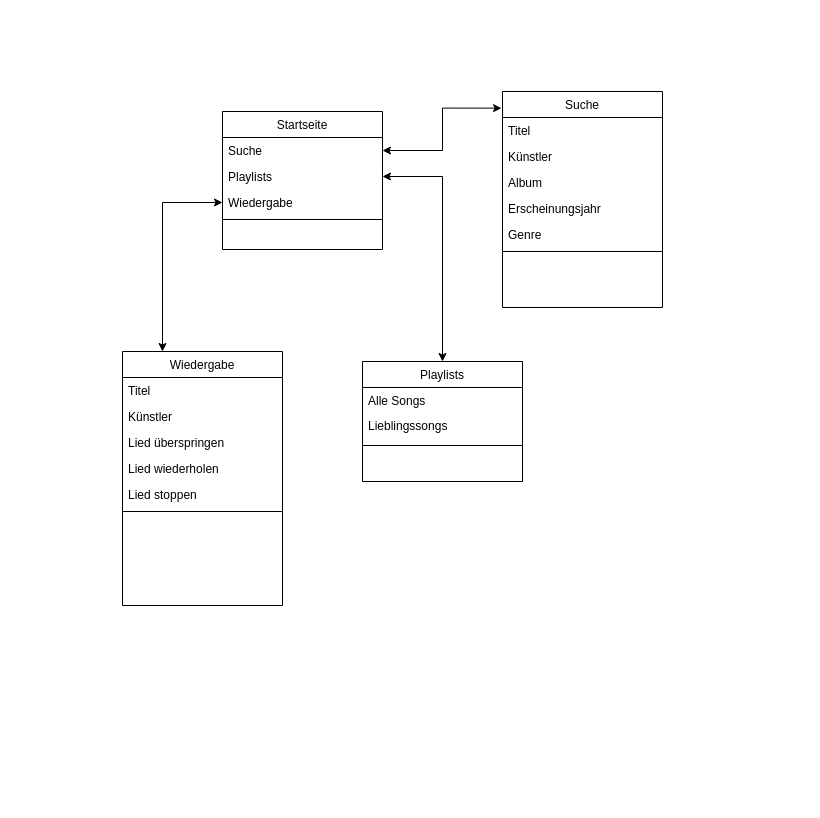
This is UML-Klassendiagramm.drawio from DanielKircher/swt-project-music-library, a draw.io file, before an edit. Source tidied: cells renumbered, new cells numbered last; positions are measured from the earlier drawing's top-left corner, leaving out a move shared by most shapes. Both pictures are drawn from the tidied source at 100%, with x=0, y=0 at pixel (122, 91).
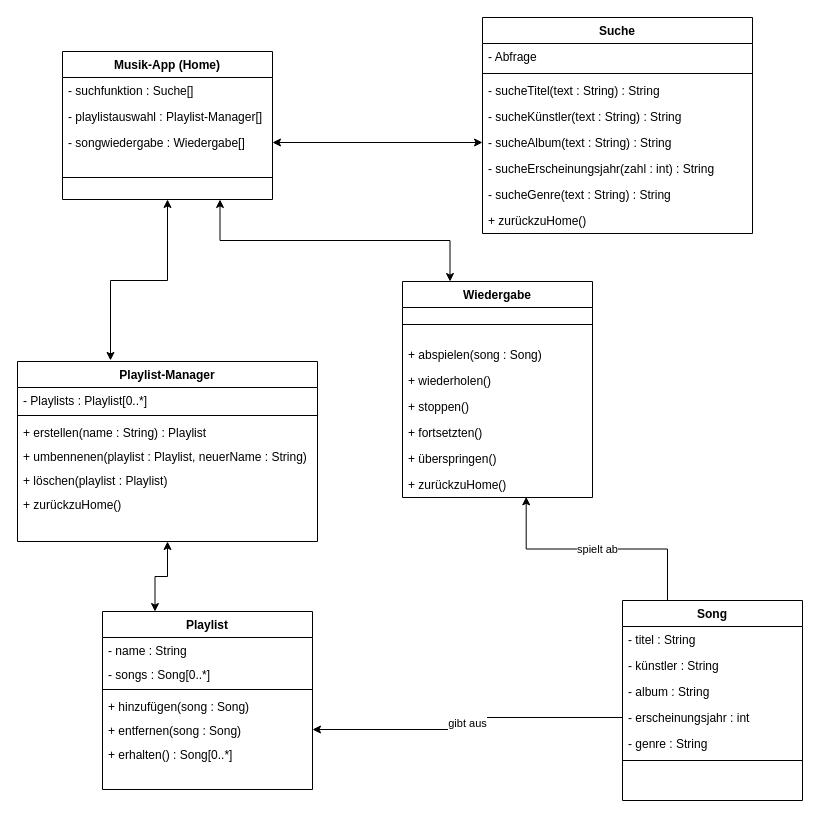
After the change.

Commit message:
UML-Klassendiagramm nur mit Maxis User-Storys

What changed in the source:
```diff
@@
-    <mxCell id="2" value="Startseite" style="swimlane;fontStyle=0;align=center;verticalAlign=top;horizontal=1;startSize=26;rounded=0;shadow=0;strokeWidth=1;" parent="1" vertex="1">
-      <mxGeometry x="100" y="20" width="160" height="138" as="geometry" />
+    <mxCell id="2" value="Musik-App (Home)" style="swimlane;fontStyle=1;align=center;verticalAlign=top;horizontal=1;startSize=26;rounded=0;shadow=0;strokeWidth=1;" parent="1" vertex="1">
+      <mxGeometry x="-60" y="-40" width="210" height="148" as="geometry" />
     </mxCell>
-    <mxCell id="3" value="Suche" style="text;align=left;verticalAlign=top;spacingLeft=4;spacingRight=4;overflow=hidden;points=[[0,0.5],[1,0.5]];portConstraint=eastwest;" parent="2" vertex="1">
-      <mxGeometry y="26" width="160" height="26" as="geometry" />
+    <mxCell id="3" value="- suchfunktion : Suche[]" style="text;align=left;verticalAlign=top;spacingLeft=4;spacingRight=4;overflow=hidden;points=[[0,0.5],[1,0.5]];portConstraint=eastwest;" parent="2" vertex="1">
+      <mxGeometry y="26" width="210" height="26" as="geometry" />
     </mxCell>
-    <mxCell id="4" value="Playlists" style="text;align=left;verticalAlign=top;spacingLeft=4;spacingRight=4;overflow=hidden;points=[[0,0.5],[1,0.5]];portConstraint=eastwest;rounded=0;shadow=0;html=0;" parent="2" vertex="1">
-      <mxGeometry y="52" width="160" height="26" as="geometry" />
+    <mxCell id="4" value="- playlistauswahl : Playlist-Manager[]" style="text;align=left;verticalAlign=top;spacingLeft=4;spacingRight=4;overflow=hidden;points=[[0,0.5],[1,0.5]];portConstraint=eastwest;rounded=0;shadow=0;html=0;" parent="2" vertex="1">
+      <mxGeometry y="52" width="210" height="26" as="geometry" />
     </mxCell>
-    <mxCell id="5" value="Wiedergabe" style="text;align=left;verticalAlign=top;spacingLeft=4;spacingRight=4;overflow=hidden;points=[[0,0.5],[1,0.5]];portConstraint=eastwest;rounded=0;shadow=0;html=0;" parent="2" vertex="1">
-      <mxGeometry y="78" width="160" height="26" as="geometry" />
-    </mxCell>
+    <mxCell id="28" value="- songwiedergabe : Wiedergabe[]" style="text;align=left;verticalAlign=top;spacingLeft=4;spacingRight=4;overflow=hidden;points=[[0,0.5],[1,0.5]];portConstraint=eastwest;rounded=0;shadow=0;html=0;" parent="2" vertex="1">
+      <mxGeometry y="78" width="210" height="26" as="geometry" />
+    </mxCell>
     <mxCell id="6" style="line;html=1;strokeWidth=1;align=left;verticalAlign=middle;spacingTop=-1;spacingLeft=3;spacingRight=3;labelPosition=right;" parent="2" vertex="1">
-      <mxGeometry y="104" width="160" height="8" as="geometry" />
+      <mxGeometry y="104" width="210" height="44" as="geometry" />
     </mxCell>
-    <mxCell id="7" value="Wiedergabe" style="swimlane;fontStyle=0;align=center;verticalAlign=top;horizontal=1;startSize=26;rounded=0;shadow=0;strokeWidth=1;" parent="1" vertex="1">
-      <mxGeometry y="260" width="160" height="254" as="geometry" />
+    <mxCell id="7" value="Wiedergabe" style="swimlane;fontStyle=1;align=center;verticalAlign=top;horizontal=1;startSize=26;rounded=0;shadow=0;strokeWidth=1;" parent="1" vertex="1">
+      <mxGeometry x="280" y="190" width="190" height="216" as="geometry" />
     </mxCell>
-    <mxCell id="8" value="Titel" style="text;align=left;verticalAlign=top;spacingLeft=4;spacingRight=4;overflow=hidden;" parent="7" vertex="1">
-      <mxGeometry y="26" width="160" height="26" as="geometry" />
-    </mxCell>
-    <mxCell id="9" value="Künstler" style="text;align=left;verticalAlign=top;spacingLeft=4;spacingRight=4;overflow=hidden;rounded=0;shadow=0;html=0;" parent="7" vertex="1">
-      <mxGeometry y="52" width="160" height="26" as="geometry" />
-    </mxCell>
+    <mxCell id="13" style="line;html=1;strokeWidth=1;align=left;verticalAlign=middle;spacingTop=-1;spacingLeft=3;spacingRight=3;labelPosition=right;" parent="7" vertex="1">
+      <mxGeometry y="26" width="190" height="34" as="geometry" />
+    </mxCell>
+    <mxCell id="29" value="+ abspielen(song : Song)" style="text;align=left;verticalAlign=top;spacingLeft=4;spacingRight=4;overflow=hidden;rounded=0;shadow=0;html=0;" parent="7" vertex="1">
+      <mxGeometry y="60" width="190" height="26" as="geometry" />
+    </mxCell>
-    <mxCell id="10" value="Lied überspringen" style="text;align=left;verticalAlign=top;spacingLeft=4;spacingRight=4;overflow=hidden;rounded=0;shadow=0;html=0;" parent="7" vertex="1">
-      <mxGeometry y="78" width="160" height="26" as="geometry" />
+    <mxCell id="10" value="+ wiederholen()" style="text;align=left;verticalAlign=top;spacingLeft=4;spacingRight=4;overflow=hidden;rounded=0;shadow=0;html=0;" parent="7" vertex="1">
+      <mxGeometry y="86" width="190" height="26" as="geometry" />
     </mxCell>
+    <mxCell id="12" value="+ stoppen()" style="text;align=left;verticalAlign=top;spacingLeft=4;spacingRight=4;overflow=hidden;rounded=0;shadow=0;html=0;" parent="7" vertex="1">
+      <mxGeometry y="112" width="190" height="26" as="geometry" />
+    </mxCell>
-    <mxCell id="11" value="Lied wiederholen" style="text;align=left;verticalAlign=top;spacingLeft=4;spacingRight=4;overflow=hidden;rounded=0;shadow=0;html=0;" parent="7" vertex="1">
-      <mxGeometry y="104" width="160" height="26" as="geometry" />
+    <mxCell id="11" value="+ fortsetzten()" style="text;align=left;verticalAlign=top;spacingLeft=4;spacingRight=4;overflow=hidden;rounded=0;shadow=0;html=0;" parent="7" vertex="1">
+      <mxGeometry y="138" width="190" height="26" as="geometry" />
     </mxCell>
-    <mxCell id="12" value="Lied stoppen" style="text;align=left;verticalAlign=top;spacingLeft=4;spacingRight=4;overflow=hidden;rounded=0;shadow=0;html=0;" parent="7" vertex="1">
-      <mxGeometry y="130" width="160" height="26" as="geometry" />
-    </mxCell>
-    <mxCell id="13" style="line;html=1;strokeWidth=1;align=left;verticalAlign=middle;spacingTop=-1;spacingLeft=3;spacingRight=3;labelPosition=right;" parent="7" vertex="1">
-      <mxGeometry y="156" width="160" height="8" as="geometry" />
-    </mxCell>
+    <mxCell id="30" value="+ überspringen()" style="text;align=left;verticalAlign=top;spacingLeft=4;spacingRight=4;overflow=hidden;rounded=0;shadow=0;html=0;" parent="7" vertex="1">
+      <mxGeometry y="164" width="190" height="26" as="geometry" />
+    </mxCell>
+    <mxCell id="31" value="+ zurückzuHome()" style="text;strokeColor=none;fillColor=none;align=left;verticalAlign=top;spacingLeft=4;spacingRight=4;overflow=hidden;points=[[0,0.5],[1,0.5]];portConstraint=eastwest;whiteSpace=wrap;html=1;" parent="7" vertex="1">
+      <mxGeometry y="190" width="190" height="26" as="geometry" />
+    </mxCell>
-    <mxCell id="14" value="Playlists" style="swimlane;fontStyle=0;align=center;verticalAlign=top;horizontal=1;startSize=26;rounded=0;shadow=0;strokeWidth=1;" parent="1" vertex="1">
-      <mxGeometry x="240" y="270" width="160" height="120" as="geometry" />
+    <mxCell id="14" value="Playlist-Manager" style="swimlane;fontStyle=1;align=center;verticalAlign=top;horizontal=1;startSize=26;rounded=0;shadow=0;strokeWidth=1;" parent="1" vertex="1">
+      <mxGeometry x="-105" y="270" width="300" height="180" as="geometry" />
     </mxCell>
-    <mxCell id="15" value="Alle Songs&#10;" style="text;align=left;verticalAlign=top;spacingLeft=4;spacingRight=4;overflow=hidden;" parent="14" vertex="1">
-      <mxGeometry y="26" width="160" height="24" as="geometry" />
+    <mxCell id="15" value="- Playlists : Playlist[0..*]" style="text;align=left;verticalAlign=top;spacingLeft=4;spacingRight=4;overflow=hidden;" parent="14" vertex="1">
+      <mxGeometry y="26" width="300" height="24" as="geometry" />
     </mxCell>
-    <mxCell id="16" value="Lieblingssongs" style="text;html=1;align=left;verticalAlign=middle;whiteSpace=wrap;rounded=0;spacingLeft=4;spacingRight=4;" parent="14" vertex="1">
-      <mxGeometry y="50" width="160" height="30" as="geometry" />
-    </mxCell>
     <mxCell id="17" style="line;html=1;strokeWidth=1;align=left;verticalAlign=middle;spacingTop=-1;spacingLeft=3;spacingRight=3;labelPosition=right;" parent="14" vertex="1">
-      <mxGeometry y="80" width="160" height="8" as="geometry" />
+      <mxGeometry y="50" width="300" height="8" as="geometry" />
     </mxCell>
+    <mxCell id="32" value="+ erstellen(name : String) : Playlist" style="text;align=left;verticalAlign=top;spacingLeft=4;spacingRight=4;overflow=hidden;" parent="14" vertex="1">
+      <mxGeometry y="58" width="300" height="24" as="geometry" />
+    </mxCell>
+    <mxCell id="33" value="+ umbennenen(playlist : Playlist, neuerName : String)" style="text;align=left;verticalAlign=top;spacingLeft=4;spacingRight=4;overflow=hidden;" parent="14" vertex="1">
+      <mxGeometry y="82" width="300" height="24" as="geometry" />
+    </mxCell>
+    <mxCell id="34" value="+ löschen(playlist : Playlist)" style="text;align=left;verticalAlign=top;spacingLeft=4;spacingRight=4;overflow=hidden;" parent="14" vertex="1">
+      <mxGeometry y="106" width="300" height="24" as="geometry" />
+    </mxCell>
+    <mxCell id="35" value="+ zurückzuHome()" style="text;strokeColor=none;fillColor=none;align=left;verticalAlign=top;spacingLeft=4;spacingRight=4;overflow=hidden;whiteSpace=wrap;html=1;" parent="14" vertex="1">
+      <mxGeometry y="130" width="300" height="26" as="geometry" />
+    </mxCell>
-    <mxCell id="18" value="Suche" style="swimlane;fontStyle=0;align=center;verticalAlign=top;horizontal=1;startSize=26;rounded=0;shadow=0;strokeWidth=1;" parent="1" vertex="1">
-      <mxGeometry x="380" width="160" height="216" as="geometry" />
+    <mxCell id="18" value="Song" style="swimlane;fontStyle=1;align=center;verticalAlign=top;horizontal=1;startSize=26;rounded=0;shadow=0;strokeWidth=1;" parent="1" vertex="1">
+      <mxGeometry x="500" y="509" width="180" height="200" as="geometry" />
     </mxCell>
-    <mxCell id="19" value="Titel" style="text;align=left;verticalAlign=top;spacingLeft=4;spacingRight=4;overflow=hidden;" parent="18" vertex="1">
-      <mxGeometry y="26" width="160" height="26" as="geometry" />
+    <mxCell id="19" value="- titel : String" style="text;align=left;verticalAlign=top;spacingLeft=4;spacingRight=4;overflow=hidden;" parent="18" vertex="1">
+      <mxGeometry y="26" width="180" height="26" as="geometry" />
     </mxCell>
-    <mxCell id="20" value="Künstler" style="text;align=left;verticalAlign=top;spacingLeft=4;spacingRight=4;overflow=hidden;rounded=0;shadow=0;html=0;" parent="18" vertex="1">
-      <mxGeometry y="52" width="160" height="26" as="geometry" />
+    <mxCell id="20" value="- künstler : String" style="text;align=left;verticalAlign=top;spacingLeft=4;spacingRight=4;overflow=hidden;rounded=0;shadow=0;html=0;" parent="18" vertex="1">
+      <mxGeometry y="52" width="180" height="26" as="geometry" />
     </mxCell>
-    <mxCell id="21" value="Album" style="text;align=left;verticalAlign=top;spacingLeft=4;spacingRight=4;overflow=hidden;rounded=0;shadow=0;html=0;" parent="18" vertex="1">
-      <mxGeometry y="78" width="160" height="26" as="geometry" />
+    <mxCell id="21" value="- album : String" style="text;align=left;verticalAlign=top;spacingLeft=4;spacingRight=4;overflow=hidden;rounded=0;shadow=0;html=0;" parent="18" vertex="1">
+      <mxGeometry y="78" width="180" height="26" as="geometry" />
     </mxCell>
-    <mxCell id="22" value="Erscheinungsjahr" style="text;align=left;verticalAlign=top;spacingLeft=4;spacingRight=4;overflow=hidden;points=[[0,0.5],[1,0.5]];portConstraint=eastwest;rounded=0;shadow=0;html=0;" parent="18" vertex="1">
-      <mxGeometry y="104" width="160" height="26" as="geometry" />
+    <mxCell id="22" value="- erscheinungsjahr : int" style="text;align=left;verticalAlign=top;spacingLeft=4;spacingRight=4;overflow=hidden;points=[[0,0.5],[1,0.5]];portConstraint=eastwest;rounded=0;shadow=0;html=0;" parent="18" vertex="1">
+      <mxGeometry y="104" width="180" height="26" as="geometry" />
     </mxCell>
-    <mxCell id="23" value="Genre" style="text;align=left;verticalAlign=top;spacingLeft=4;spacingRight=4;overflow=hidden;rounded=0;shadow=0;html=0;" parent="18" vertex="1">
-      <mxGeometry y="130" width="160" height="26" as="geometry" />
+    <mxCell id="23" value="- genre : String" style="text;align=left;verticalAlign=top;spacingLeft=4;spacingRight=4;overflow=hidden;rounded=0;shadow=0;html=0;" parent="18" vertex="1">
+      <mxGeometry y="130" width="180" height="26" as="geometry" />
     </mxCell>
     <mxCell id="24" style="line;html=1;strokeWidth=1;align=left;verticalAlign=middle;spacingTop=-1;spacingLeft=3;spacingRight=3;labelPosition=right;" parent="18" vertex="1">
-      <mxGeometry y="156" width="160" height="8" as="geometry" />
+      <mxGeometry y="156" width="180" height="8" as="geometry" />
     </mxCell>
-    <mxCell id="25" style="endArrow=classic;startArrow=classic;html=1;rounded=0;exitX=1;exitY=0.5;exitDx=0;exitDy=0;entryX=-0.006;entryY=0.077;entryDx=0;entryDy=0;entryPerimeter=0;edgeStyle=orthogonalEdgeStyle;" parent="1" edge="1" source="3" target="18">
-      <mxGeometry relative="1" as="geometry" />
-    </mxCell>
-    <mxCell id="26" style="endArrow=classic;startArrow=classic;html=1;rounded=0;exitX=0.5;exitY=0;exitDx=0;exitDy=0;entryX=1;entryY=0.5;entryDx=0;entryDy=0;edgeStyle=orthogonalEdgeStyle;" parent="1" edge="1" source="14" target="4">
-      <mxGeometry relative="1" as="geometry" />
-    </mxCell>
-    <mxCell id="27" style="endArrow=classic;startArrow=classic;html=1;rounded=0;entryX=0;entryY=0.5;entryDx=0;entryDy=0;exitX=0.25;exitY=0;exitDx=0;exitDy=0;edgeStyle=orthogonalEdgeStyle;" parent="1" edge="1" source="7" target="5">
-      <mxGeometry relative="1" as="geometry" />
-    </mxCell>
+    <mxCell id="36" style="endArrow=classic;startArrow=classic;html=1;rounded=0;exitX=0.31;exitY=-0.006;exitDx=0;exitDy=0;exitPerimeter=0;edgeStyle=orthogonalEdgeStyle;entryX=0.5;entryY=1;entryDx=0;entryDy=0;" parent="1" edge="1" source="14" target="2">
+      <mxGeometry relative="1" as="geometry" />
+    </mxCell>
+    <mxCell id="37" value="Playlist" style="swimlane;fontStyle=1;align=center;verticalAlign=top;horizontal=1;startSize=26;rounded=0;shadow=0;strokeWidth=1;" parent="1" vertex="1">
+      <mxGeometry x="-20" y="520" width="210" height="178" as="geometry" />
+    </mxCell>
+    <mxCell id="38" value="- name : String" style="text;align=left;verticalAlign=top;spacingLeft=4;spacingRight=4;overflow=hidden;" parent="37" vertex="1">
+      <mxGeometry y="26" width="210" height="24" as="geometry" />
+    </mxCell>
+    <mxCell id="39" value="- songs : Song[0..*]" style="text;align=left;verticalAlign=top;spacingLeft=4;spacingRight=4;overflow=hidden;" parent="37" vertex="1">
+      <mxGeometry y="50" width="210" height="24" as="geometry" />
+    </mxCell>
+    <mxCell id="40" style="line;html=1;strokeWidth=1;align=left;verticalAlign=middle;spacingTop=-1;spacingLeft=3;spacingRight=3;labelPosition=right;" parent="37" vertex="1">
+      <mxGeometry y="74" width="210" height="8" as="geometry" />
+    </mxCell>
+    <mxCell id="41" value="+ hinzufügen(song : Song)" style="text;align=left;verticalAlign=top;spacingLeft=4;spacingRight=4;overflow=hidden;" parent="37" vertex="1">
+      <mxGeometry y="82" width="210" height="24" as="geometry" />
+    </mxCell>
+    <mxCell id="42" value="+ entfernen(song : Song)" style="text;align=left;verticalAlign=top;spacingLeft=4;spacingRight=4;overflow=hidden;points=[[0,0.5],[1,0.5]];portConstraint=eastwest;" parent="37" vertex="1">
+      <mxGeometry y="106" width="210" height="24" as="geometry" />
+    </mxCell>
+    <mxCell id="43" value="+ erhalten() : Song[0..*]" style="text;align=left;verticalAlign=top;spacingLeft=4;spacingRight=4;overflow=hidden;" parent="37" vertex="1">
+      <mxGeometry y="130" width="210" height="24" as="geometry" />
+    </mxCell>
+    <mxCell id="44" style="endArrow=classic;startArrow=classic;html=1;rounded=0;entryX=0.5;entryY=1;entryDx=0;entryDy=0;exitX=0.25;exitY=0;exitDx=0;exitDy=0;edgeStyle=orthogonalEdgeStyle;" parent="1" edge="1" source="37" target="14">
+      <mxGeometry relative="1" as="geometry" />
+    </mxCell>
+    <mxCell id="45" value="Suche" style="swimlane;fontStyle=1;align=center;verticalAlign=top;horizontal=1;startSize=26;whiteSpace=wrap;html=1;" parent="1" vertex="1">
+      <mxGeometry x="360" y="-74" width="270" height="216" as="geometry" />
+    </mxCell>
+    <mxCell id="46" value="- Abfrage" style="text;strokeColor=none;fillColor=none;align=left;verticalAlign=top;spacingLeft=4;spacingRight=4;overflow=hidden;whiteSpace=wrap;html=1;" parent="45" vertex="1">
+      <mxGeometry y="26" width="270" height="26" as="geometry" />
+    </mxCell>
+    <mxCell id="47" style="line;strokeWidth=1;fillColor=none;align=left;verticalAlign=middle;spacingTop=-1;spacingLeft=3;spacingRight=3;labelPosition=right;strokeColor=inherit;" parent="45" vertex="1">
+      <mxGeometry y="52" width="270" height="8" as="geometry" />
+    </mxCell>
+    <mxCell id="48" value="- sucheTitel(text : String) : String" style="text;strokeColor=none;fillColor=none;align=left;verticalAlign=top;spacingLeft=4;spacingRight=4;overflow=hidden;whiteSpace=wrap;html=1;" parent="45" vertex="1">
+      <mxGeometry y="60" width="270" height="26" as="geometry" />
+    </mxCell>
+    <mxCell id="49" value="- sucheKünstler(text : String) : String" style="text;strokeColor=none;fillColor=none;align=left;verticalAlign=top;spacingLeft=4;spacingRight=4;overflow=hidden;whiteSpace=wrap;html=1;" parent="45" vertex="1">
+      <mxGeometry y="86" width="270" height="26" as="geometry" />
+    </mxCell>
+    <mxCell id="50" value="- sucheAlbum(text : String) : String" style="text;strokeColor=none;fillColor=none;align=left;verticalAlign=top;spacingLeft=4;spacingRight=4;overflow=hidden;points=[[0,0.5],[1,0.5]];portConstraint=eastwest;whiteSpace=wrap;html=1;" parent="45" vertex="1">
+      <mxGeometry y="112" width="270" height="26" as="geometry" />
+    </mxCell>
+    <mxCell id="51" value="- sucheErscheinungsjahr(zahl : int) : String" style="text;strokeColor=none;fillColor=none;align=left;verticalAlign=top;spacingLeft=4;spacingRight=4;overflow=hidden;whiteSpace=wrap;html=1;" parent="45" vertex="1">
+      <mxGeometry y="138" width="270" height="26" as="geometry" />
+    </mxCell>
+    <mxCell id="52" value="- sucheGenre(text : String) : String" style="text;strokeColor=none;fillColor=none;align=left;verticalAlign=top;spacingLeft=4;spacingRight=4;overflow=hidden;whiteSpace=wrap;html=1;" parent="45" vertex="1">
+      <mxGeometry y="164" width="270" height="26" as="geometry" />
+    </mxCell>
+    <mxCell id="53" value="+ zurückzuHome()" style="text;strokeColor=none;fillColor=none;align=left;verticalAlign=top;spacingLeft=4;spacingRight=4;overflow=hidden;whiteSpace=wrap;html=1;" parent="45" vertex="1">
+      <mxGeometry y="190" width="270" height="26" as="geometry" />
+    </mxCell>
+    <mxCell id="54" value="spielt ab" style="endArrow=classic;html=1;rounded=0;exitX=0.25;exitY=0;exitDx=0;exitDy=0;entryX=0.651;entryY=0.974;entryDx=0;entryDy=0;entryPerimeter=0;edgeStyle=orthogonalEdgeStyle;" parent="1" edge="1" source="18" target="31">
+      <mxGeometry relative="1" as="geometry" />
+    </mxCell>
+    <mxCell id="55" style="endArrow=classic;startArrow=classic;html=1;rounded=0;exitX=0.75;exitY=1;exitDx=0;exitDy=0;entryX=0.25;entryY=0;entryDx=0;entryDy=0;edgeStyle=orthogonalEdgeStyle;" parent="1" edge="1" source="2" target="7">
+      <mxGeometry relative="1" as="geometry" />
+    </mxCell>
+    <mxCell id="56" style="endArrow=classic;startArrow=classic;html=1;rounded=0;exitX=1;exitY=0.5;exitDx=0;exitDy=0;entryX=0;entryY=0.5;entryDx=0;entryDy=0;" parent="1" edge="1" source="28" target="50">
+      <mxGeometry relative="1" as="geometry" />
+    </mxCell>
+    <mxCell id="57" value="gibt aus" style="endArrow=classic;html=1;rounded=0;entryX=1;entryY=0.5;entryDx=0;entryDy=0;exitX=0;exitY=0.5;exitDx=0;exitDy=0;edgeStyle=orthogonalEdgeStyle;" parent="1" edge="1" source="22" target="42">
+      <mxGeometry relative="1" as="geometry" />
+    </mxCell>
```
